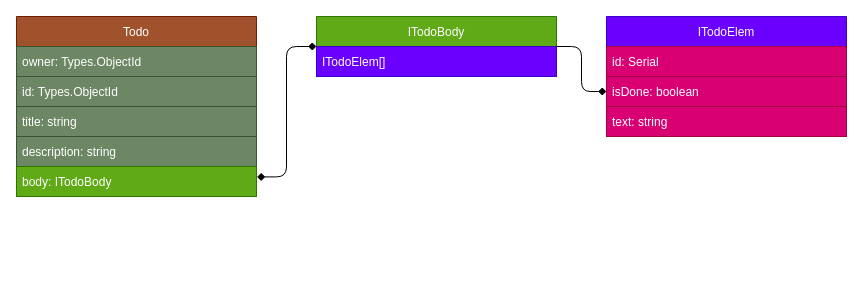
Mayamee/todo-app-woman keeps this draw.io diagram as docs/models/todo/todo.drawio. Above is the earlier version. Source tidied: cells renumbered, new cells numbered last; positions are measured from the earlier drawing's top-left corner, leaving out a move shared by most shapes. Both pictures are drawn from the tidied source at 100%, with x=0, y=0 at pixel (16, 16).
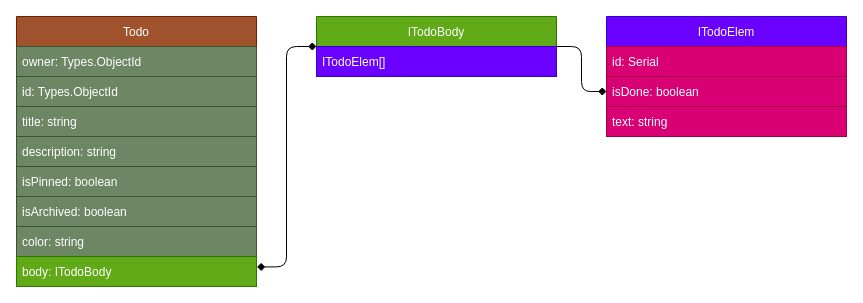
The same page after the edit.

Commit message (it also covers changes not shown here):
add todo creator list

Change to the diagram source:
```diff
@@
 <mxGraphModel>
   <root>
     <mxCell id="0" />
     <mxCell id="1" parent="0" />
     <mxCell id="2" value="Todo" style="swimlane;fontStyle=0;horizontal=1;startSize=30;fillColor=#a0522d;fontColor=#ffffff;strokeColor=#6D1F00;" parent="1" vertex="1">
-      <mxGeometry width="240" height="180" as="geometry" />
+      <mxGeometry width="240" height="270" as="geometry" />
     </mxCell>
     <mxCell id="3" value="owner: Types.ObjectId" style="text;strokeColor=#3A5431;fillColor=#6d8764;align=left;verticalAlign=middle;spacingLeft=4;spacingRight=4;overflow=hidden;fontColor=#ffffff;" parent="2" vertex="1">
       <mxGeometry y="30" width="240" height="30" as="geometry" />
     </mxCell>
     <mxCell id="4" value="id: Types.ObjectId" style="text;strokeColor=#3A5431;fillColor=#6d8764;align=left;verticalAlign=middle;spacingLeft=4;spacingRight=4;overflow=hidden;fontColor=#ffffff;" parent="2" vertex="1">
       <mxGeometry y="60" width="240" height="30" as="geometry" />
     </mxCell>
     <mxCell id="5" value="title: string" style="text;strokeColor=#3A5431;fillColor=#6d8764;align=left;verticalAlign=middle;spacingLeft=4;spacingRight=4;overflow=hidden;fontColor=#ffffff;" parent="2" vertex="1">
       <mxGeometry y="90" width="240" height="30" as="geometry" />
     </mxCell>
     <mxCell id="6" value="description: string" style="text;strokeColor=#3A5431;fillColor=#6d8764;align=left;verticalAlign=middle;spacingLeft=4;spacingRight=4;overflow=hidden;fontColor=#ffffff;" parent="2" vertex="1">
       <mxGeometry y="120" width="240" height="30" as="geometry" />
     </mxCell>
+    <mxCell id="16" value="isPinned: boolean" style="text;strokeColor=#3A5431;fillColor=#6d8764;align=left;verticalAlign=middle;spacingLeft=4;spacingRight=4;overflow=hidden;fontColor=#ffffff;" parent="2" vertex="1">
+      <mxGeometry y="150" width="240" height="30" as="geometry" />
+    </mxCell>
+    <mxCell id="17" value="isArchived: boolean" style="text;strokeColor=#3A5431;fillColor=#6d8764;align=left;verticalAlign=middle;spacingLeft=4;spacingRight=4;overflow=hidden;fontColor=#ffffff;" parent="2" vertex="1">
+      <mxGeometry y="180" width="240" height="30" as="geometry" />
+    </mxCell>
+    <mxCell id="18" value="color: string" style="text;strokeColor=#3A5431;fillColor=#6d8764;align=left;verticalAlign=middle;spacingLeft=4;spacingRight=4;overflow=hidden;fontColor=#ffffff;" parent="2" vertex="1">
+      <mxGeometry y="210" width="240" height="30" as="geometry" />
+    </mxCell>
     <mxCell id="7" value="body: ITodoBody" style="text;align=left;verticalAlign=middle;spacingLeft=4;spacingRight=4;overflow=hidden;points=[[0,0.5],[1,0.5]];portConstraint=eastwest;fillColor=#60a917;fontColor=#ffffff;strokeColor=#2D7600;" parent="2" vertex="1">
-      <mxGeometry y="150" width="240" height="30" as="geometry" />
+      <mxGeometry y="240" width="240" height="30" as="geometry" />
     </mxCell>
     <mxCell id="8" style="edgeStyle=orthogonalEdgeStyle;html=1;endArrow=diamond;endFill=1;exitX=1;exitY=0.5;exitDx=0;exitDy=0;elbow=vertical;entryX=0;entryY=0.5;entryDx=0;entryDy=0;" parent="1" edge="1" source="9" target="14">
       <mxGeometry relative="1" as="geometry" />
     </mxCell>
     <mxCell id="9" value="ITodoBody" style="swimlane;fontStyle=0;horizontal=1;startSize=30;fillColor=#60a917;fontColor=#ffffff;strokeColor=#2D7600;" parent="1" vertex="1">
       <mxGeometry x="300" width="240" height="60" as="geometry" />
     </mxCell>
     <mxCell id="10" value="ITodoElem[]" style="text;strokeColor=#3700CC;fillColor=#6a00ff;align=left;verticalAlign=middle;spacingLeft=4;spacingRight=4;overflow=hidden;fontColor=#ffffff;" parent="9" vertex="1">
       <mxGeometry y="30" width="240" height="30" as="geometry" />
     </mxCell>
     <mxCell id="11" style="endArrow=diamond;html=1;exitX=1.002;exitY=0.347;exitDx=0;exitDy=0;entryX=0;entryY=0.5;entryDx=0;entryDy=0;endFill=1;exitPerimeter=0;startArrow=diamond;startFill=1;edgeStyle=orthogonalEdgeStyle;" parent="1" edge="1" source="7" target="9">
       <mxGeometry relative="1" as="geometry" />
     </mxCell>
     <mxCell id="12" value="ITodoElem" style="swimlane;fontStyle=0;horizontal=1;startSize=30;fillColor=#6a00ff;fontColor=#ffffff;strokeColor=#3700CC;" parent="1" vertex="1">
       <mxGeometry x="590" width="240" height="120" as="geometry" />
     </mxCell>
     <mxCell id="13" value="id: Serial" style="text;strokeColor=#A50040;fillColor=#d80073;align=left;verticalAlign=middle;spacingLeft=4;spacingRight=4;overflow=hidden;fontColor=#ffffff;" parent="12" vertex="1">
       <mxGeometry y="30" width="240" height="30" as="geometry" />
     </mxCell>
     <mxCell id="14" value="isDone: boolean" style="text;strokeColor=#A50040;fillColor=#d80073;align=left;verticalAlign=middle;spacingLeft=4;spacingRight=4;overflow=hidden;points=[[0,0.5],[1,0.5]];portConstraint=eastwest;fontColor=#ffffff;" parent="12" vertex="1">
       <mxGeometry y="60" width="240" height="30" as="geometry" />
     </mxCell>
     <mxCell id="15" value="text: string" style="text;strokeColor=#A50040;fillColor=#d80073;align=left;verticalAlign=middle;spacingLeft=4;spacingRight=4;overflow=hidden;fontColor=#ffffff;" parent="12" vertex="1">
       <mxGeometry y="90" width="240" height="30" as="geometry" />
     </mxCell>
   </root>
 </mxGraphModel>
```
